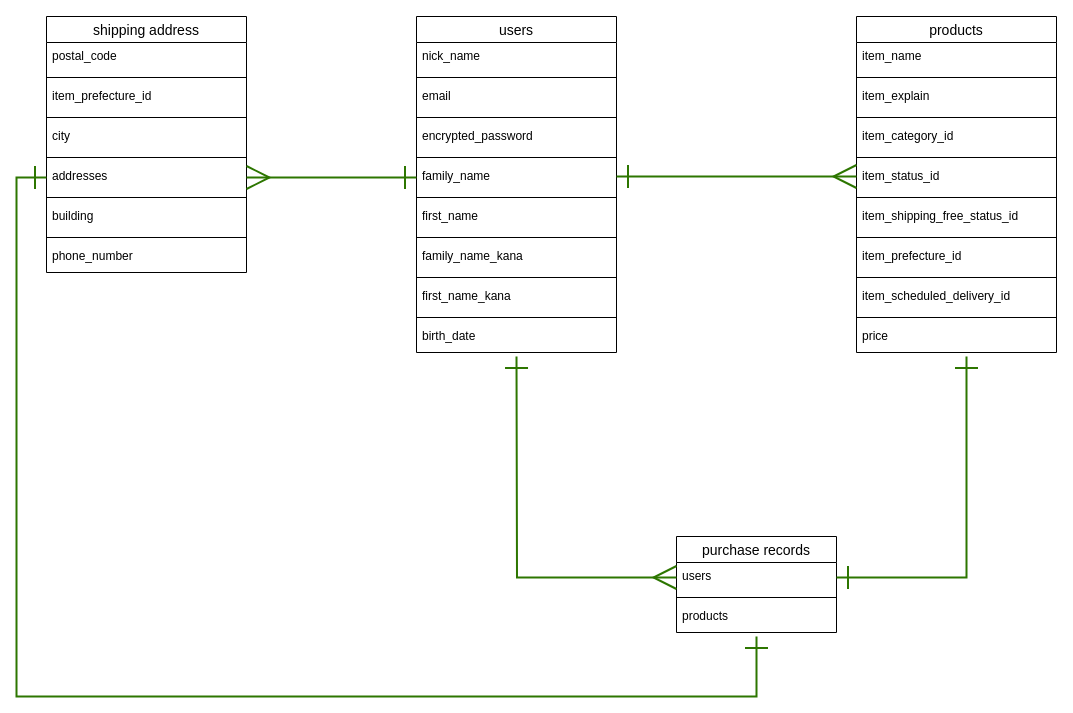
fahrenheit-fair-enough/furima-35076 keeps this draw.io diagram as ER.dio. Above is the earlier version. Source tidied: cells renumbered, new cells numbered last; positions are measured from the earlier drawing's top-left corner, leaving out a move shared by most shapes. Both pictures are drawn from the tidied source at 100%, with x=0, y=0 at pixel (16, 16).
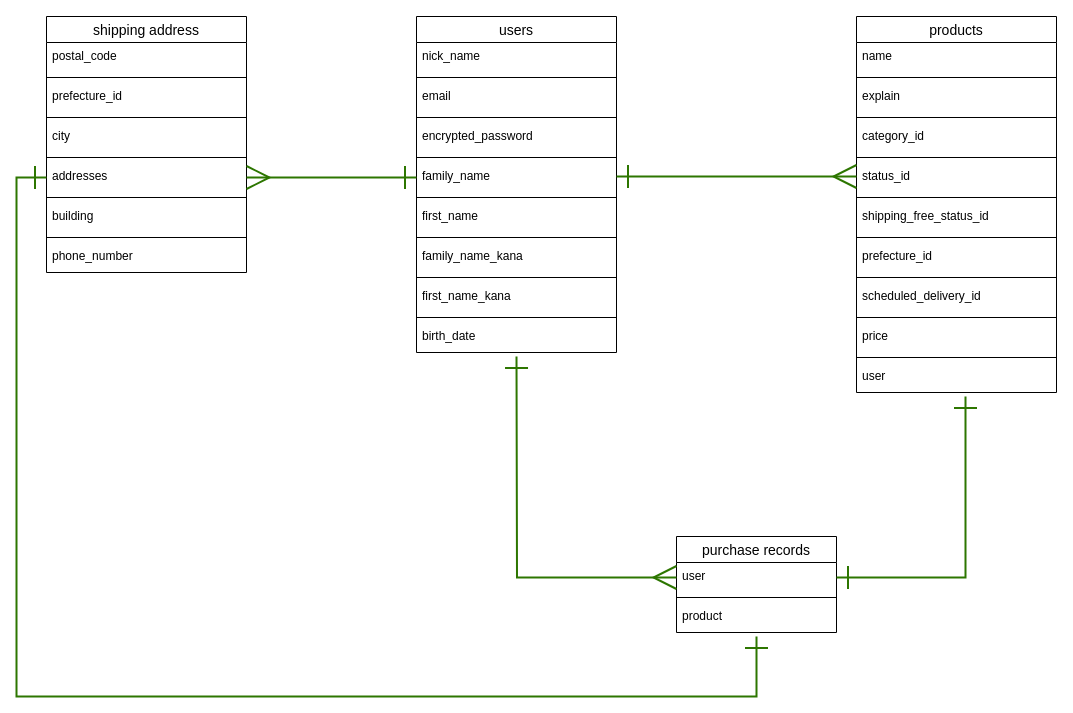
The same page after the edit.

Commit message (it also covers changes not shown here):
データベース追加修正３

Unchanged cells that the change refers to:
```xml
<mxCell id="34" value="purchase records" style="swimlane;fontStyle=0;horizontal=1;startSize=26;align=center;fontSize=14;" parent="1" vertex="1">
  <mxGeometry x="660" y="520" width="160" height="96" as="geometry" />
</mxCell>
<mxCell id="38" value="shipping address" style="swimlane;fontStyle=0;horizontal=1;startSize=26;align=center;fontSize=14;" parent="1" vertex="1">
  <mxGeometry x="30" width="200" height="256" as="geometry" />
</mxCell>
```

What changed in the source:
```diff
@@
     <mxCell id="18" value="products" style="swimlane;fontStyle=0;horizontal=1;startSize=26;align=center;fontSize=14;" parent="1" vertex="1">
-      <mxGeometry x="840" width="200" height="336" as="geometry" />
+      <mxGeometry x="840" width="200" height="376" as="geometry" />
     </mxCell>
-    <mxCell id="19" value="item_name" style="text;strokeColor=none;fillColor=none;spacingLeft=4;spacingRight=4;overflow=hidden;fontSize=12;" parent="18" vertex="1">
+    <mxCell id="19" value="name" style="text;strokeColor=none;fillColor=none;spacingLeft=4;spacingRight=4;overflow=hidden;fontSize=12;" parent="18" vertex="1">
       <mxGeometry y="26" width="200" height="30" as="geometry" />
     </mxCell>
@@
-    <mxCell id="21" value="item_explain" style="text;strokeColor=none;fillColor=none;spacingLeft=4;spacingRight=4;overflow=hidden;fontSize=12;" parent="18" vertex="1">
+    <mxCell id="21" value="explain" style="text;strokeColor=none;fillColor=none;spacingLeft=4;spacingRight=4;overflow=hidden;fontSize=12;" parent="18" vertex="1">
       <mxGeometry y="66" width="200" height="30" as="geometry" />
     </mxCell>
@@
-    <mxCell id="23" value="item_category_id" style="text;strokeColor=none;fillColor=none;spacingLeft=4;spacingRight=4;overflow=hidden;fontSize=12;" parent="18" vertex="1">
+    <mxCell id="23" value="category_id" style="text;strokeColor=none;fillColor=none;spacingLeft=4;spacingRight=4;overflow=hidden;fontSize=12;" parent="18" vertex="1">
       <mxGeometry y="106" width="200" height="30" as="geometry" />
     </mxCell>
@@
-    <mxCell id="25" value="item_status_id" style="text;strokeColor=none;fillColor=none;spacingLeft=4;spacingRight=4;overflow=hidden;fontSize=12;" parent="18" vertex="1">
+    <mxCell id="25" value="status_id" style="text;strokeColor=none;fillColor=none;spacingLeft=4;spacingRight=4;overflow=hidden;fontSize=12;" parent="18" vertex="1">
       <mxGeometry y="146" width="200" height="30" as="geometry" />
     </mxCell>
@@
-    <mxCell id="27" value="item_shipping_free_status_id" style="text;strokeColor=none;fillColor=none;spacingLeft=4;spacingRight=4;overflow=hidden;fontSize=12;" parent="18" vertex="1">
+    <mxCell id="27" value="shipping_free_status_id" style="text;strokeColor=none;fillColor=none;spacingLeft=4;spacingRight=4;overflow=hidden;fontSize=12;" parent="18" vertex="1">
       <mxGeometry y="186" width="200" height="30" as="geometry" />
     </mxCell>
@@
-    <mxCell id="29" value="item_prefecture_id" style="text;strokeColor=none;fillColor=none;spacingLeft=4;spacingRight=4;overflow=hidden;fontSize=12;" parent="18" vertex="1">
+    <mxCell id="29" value="prefecture_id" style="text;strokeColor=none;fillColor=none;spacingLeft=4;spacingRight=4;overflow=hidden;fontSize=12;" parent="18" vertex="1">
       <mxGeometry y="226" width="200" height="30" as="geometry" />
     </mxCell>
@@
-    <mxCell id="31" value="item_scheduled_delivery_id" style="text;strokeColor=none;fillColor=none;spacingLeft=4;spacingRight=4;overflow=hidden;fontSize=12;" parent="18" vertex="1">
+    <mxCell id="31" value="scheduled_delivery_id" style="text;strokeColor=none;fillColor=none;spacingLeft=4;spacingRight=4;overflow=hidden;fontSize=12;" parent="18" vertex="1">
       <mxGeometry y="266" width="200" height="30" as="geometry" />
     </mxCell>
+    <mxCell id="55" style="line;strokeWidth=1;dashed=0;labelPosition=right;align=left;verticalAlign=middle;spacingTop=0;spacingLeft=6;" parent="18" vertex="1">
+      <mxGeometry y="296" width="200" height="10" as="geometry" />
+    </mxCell>
+    <mxCell id="56" value="price" style="text;strokeColor=none;fillColor=none;spacingLeft=4;spacingRight=4;overflow=hidden;fontSize=12;" parent="18" vertex="1">
+      <mxGeometry y="306" width="200" height="30" as="geometry" />
+    </mxCell>
     <mxCell id="32" style="line;strokeWidth=1;dashed=0;labelPosition=right;align=left;verticalAlign=middle;spacingTop=0;spacingLeft=6;" parent="18" vertex="1">
-      <mxGeometry y="296" width="200" height="10" as="geometry" />
+      <mxGeometry y="336" width="200" height="10" as="geometry" />
     </mxCell>
-    <mxCell id="33" value="price" style="text;strokeColor=none;fillColor=none;spacingLeft=4;spacingRight=4;overflow=hidden;points=[[0,0.5],[1,0.5]];portConstraint=eastwest;fontSize=12;" parent="18" vertex="1">
-      <mxGeometry y="306" width="200" height="30" as="geometry" />
+    <mxCell id="33" value="user" style="text;strokeColor=none;fillColor=none;spacingLeft=4;spacingRight=4;overflow=hidden;points=[[0,0.5],[1,0.5]];portConstraint=eastwest;fontSize=12;" parent="18" vertex="1">
+      <mxGeometry y="346" width="200" height="30" as="geometry" />
     </mxCell>
@@
-    <mxCell id="35" value="users" style="text;strokeColor=none;fillColor=none;spacingLeft=4;spacingRight=4;overflow=hidden;points=[[0,0.5],[1,0.5]];portConstraint=eastwest;fontSize=12;" parent="34" vertex="1">
+    <mxCell id="35" value="user" style="text;strokeColor=none;fillColor=none;spacingLeft=4;spacingRight=4;overflow=hidden;points=[[0,0.5],[1,0.5]];portConstraint=eastwest;fontSize=12;" parent="34" vertex="1">
       <mxGeometry y="26" width="160" height="30" as="geometry" />
     </mxCell>
@@
-    <mxCell id="37" value="products" style="text;strokeColor=none;fillColor=none;spacingLeft=4;spacingRight=4;overflow=hidden;fontSize=12;" parent="34" vertex="1">
+    <mxCell id="37" value="product" style="text;strokeColor=none;fillColor=none;spacingLeft=4;spacingRight=4;overflow=hidden;fontSize=12;" parent="34" vertex="1">
       <mxGeometry y="66" width="160" height="30" as="geometry" />
     </mxCell>
@@
-    <mxCell id="41" value="item_prefecture_id" style="text;strokeColor=none;fillColor=none;spacingLeft=4;spacingRight=4;overflow=hidden;fontSize=12;" parent="38" vertex="1">
+    <mxCell id="41" value="prefecture_id" style="text;strokeColor=none;fillColor=none;spacingLeft=4;spacingRight=4;overflow=hidden;fontSize=12;" parent="38" vertex="1">
       <mxGeometry y="66" width="200" height="30" as="geometry" />
     </mxCell>
@@
-    <mxCell id="51" style="edgeStyle=orthogonalEdgeStyle;rounded=0;jettySize=auto;html=1;exitX=1;exitY=0.5;exitDx=0;exitDy=0;startArrow=ERone;startFill=0;startSize=20;endArrow=ERone;endFill=0;endSize=20;targetPerimeterSpacing=0;strokeColor=#2D7600;strokeWidth=2;fillColor=#60a917;" parent="1" edge="1" source="35">
+    <mxCell id="51" style="edgeStyle=orthogonalEdgeStyle;rounded=0;jettySize=auto;html=1;exitX=1;exitY=0.5;exitDx=0;exitDy=0;startArrow=ERone;startFill=0;startSize=20;endArrow=ERone;endFill=0;endSize=20;targetPerimeterSpacing=0;strokeColor=#2D7600;strokeWidth=2;fillColor=#60a917;entryX=0.545;entryY=1.133;entryDx=0;entryDy=0;entryPerimeter=0;" parent="1" edge="1" source="35" target="33">
       <mxGeometry relative="1" as="geometry">
-        <mxPoint x="950" y="340" as="targetPoint" />
         <Array as="points">
-          <mxPoint x="950" y="561" />
+          <mxPoint x="949" y="561" />
         </Array>
       </mxGeometry>
     </mxCell>
```
